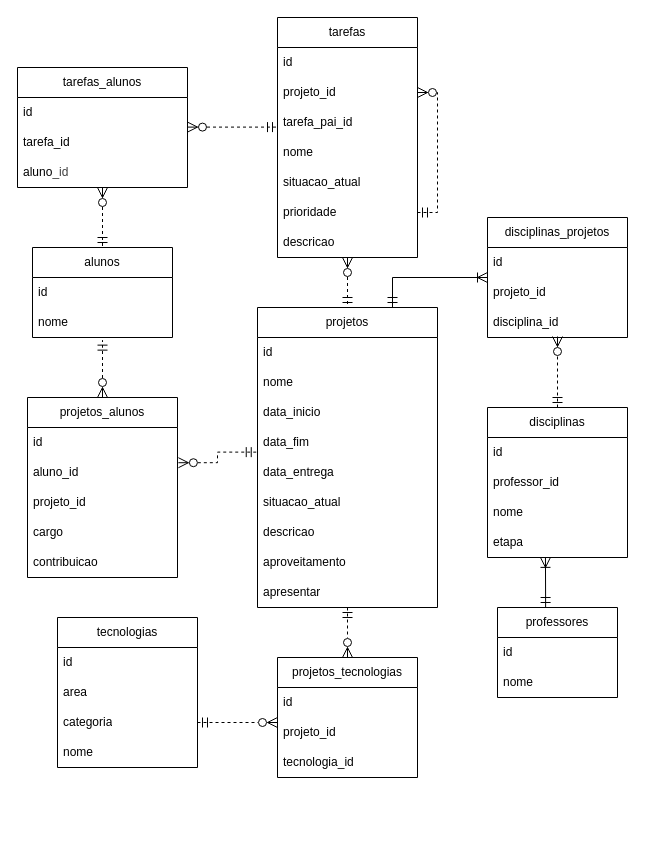
Before: docs/gestao_projetos.drawio in HevellynMont/gestao-projetos, a draw.io diagram. Source tidied: cells renumbered, new cells numbered last; positions are measured from the earlier drawing's top-left corner, leaving out a move shared by most shapes. Both pictures are drawn from the tidied source at 100%, with x=0, y=0 at pixel (17, 17).
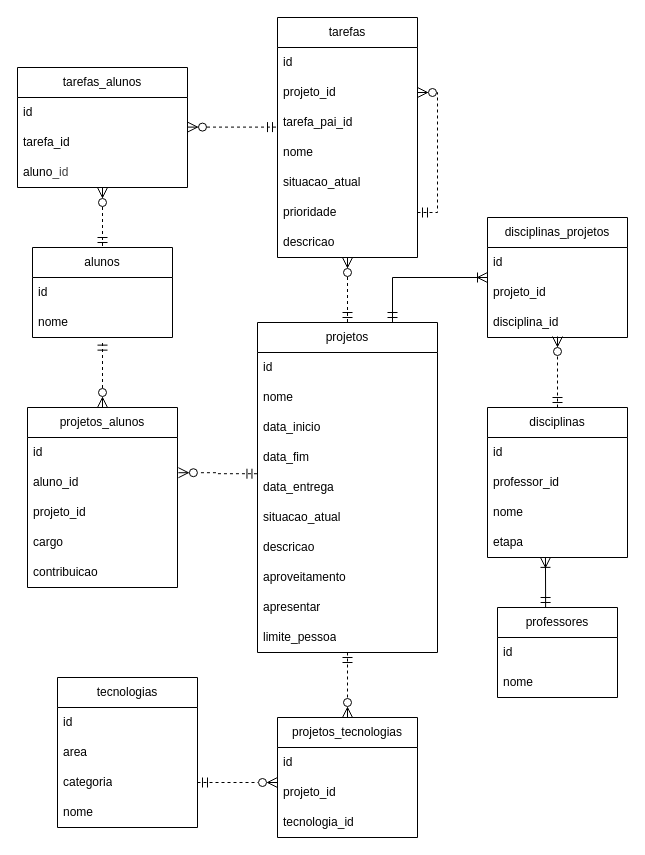
The same diagram, later.

Unchanged cells that the change refers to:
```xml
<mxCell id="8" value="data_fim" style="text;strokeColor=none;fillColor=none;align=left;verticalAlign=middle;spacingLeft=4;spacingRight=4;overflow=hidden;points=[[0,0.5],[1,0.5]];portConstraint=eastwest;whiteSpace=wrap;html=1;" parent="4" vertex="1">
  <mxGeometry y="120" width="180" height="30" as="geometry" />
</mxCell>
<mxCell id="9" value="data_entrega&amp;nbsp;" style="text;strokeColor=none;fillColor=none;align=left;verticalAlign=middle;spacingLeft=4;spacingRight=4;overflow=hidden;points=[[0,0.5],[1,0.5]];portConstraint=eastwest;whiteSpace=wrap;html=1;" parent="4" vertex="1">
  <mxGeometry y="150" width="180" height="30" as="geometry" />
</mxCell>
<mxCell id="33" value="aluno_id" style="text;strokeColor=none;fillColor=none;align=left;verticalAlign=middle;spacingLeft=4;spacingRight=4;overflow=hidden;points=[[0,0.5],[1,0.5]];portConstraint=eastwest;whiteSpace=wrap;html=1;" parent="31" vertex="1">
  <mxGeometry y="60" width="150" height="30" as="geometry" />
</mxCell>
```

The edit, as a diff of the source:
```diff
@@
     <mxCell id="4" value="projetos" style="swimlane;fontStyle=0;horizontal=1;startSize=30;whiteSpace=wrap;html=1;" parent="1" vertex="1">
-      <mxGeometry x="240" y="290" width="180" height="300" as="geometry" />
+      <mxGeometry x="240" y="305" width="180" height="330" as="geometry" />
     </mxCell>
@@
+    <mxCell id="65" value="limite_pessoa" style="text;strokeColor=none;fillColor=none;align=left;verticalAlign=middle;spacingLeft=4;spacingRight=4;overflow=hidden;whiteSpace=wrap;html=1;" parent="4" vertex="1">
+      <mxGeometry y="300" width="180" height="30" as="geometry" />
+    </mxCell>
     <mxCell id="14" value="tecnologias" style="swimlane;fontStyle=0;horizontal=1;startSize=30;whiteSpace=wrap;html=1;" parent="1" vertex="1">
-      <mxGeometry x="40" y="600" width="140" height="150" as="geometry" />
+      <mxGeometry x="40" y="660" width="140" height="150" as="geometry" />
     </mxCell>
@@
     <mxCell id="31" value="projetos_alunos" style="swimlane;fontStyle=0;horizontal=1;startSize=30;whiteSpace=wrap;html=1;" parent="1" vertex="1">
-      <mxGeometry x="10" y="380" width="150" height="180" as="geometry" />
+      <mxGeometry x="10" y="390" width="150" height="180" as="geometry" />
     </mxCell>
@@
-    <mxCell id="37" style="edgeStyle=orthogonalEdgeStyle;rounded=0;jettySize=auto;html=1;fontSize=12;startSize=8;endSize=8;startArrow=ERmandOne;startFill=0;endArrow=ERzeroToMany;endFill=0;entryX=1.006;entryY=0.174;entryDx=0;entryDy=0;entryPerimeter=0;dashed=1;exitX=-0.007;exitY=0.821;exitDx=0;exitDy=0;exitPerimeter=0;" parent="1" edge="1" source="8" target="33">
+    <mxCell id="37" style="edgeStyle=orthogonalEdgeStyle;rounded=0;jettySize=auto;html=1;fontSize=12;startSize=8;endSize=8;startArrow=ERmandOne;startFill=0;endArrow=ERzeroToMany;endFill=0;entryX=1.006;entryY=0.174;entryDx=0;entryDy=0;entryPerimeter=0;dashed=1;exitX=-0.003;exitY=0.041;exitDx=0;exitDy=0;exitPerimeter=0;" parent="1" edge="1" source="9" target="33">
       <mxGeometry relative="1" as="geometry" />
     </mxCell>
@@
     <mxCell id="39" value="projetos_tecnologias" style="swimlane;fontStyle=0;horizontal=1;startSize=30;whiteSpace=wrap;html=1;" parent="1" vertex="1">
-      <mxGeometry x="260" y="640" width="140" height="120" as="geometry" />
+      <mxGeometry x="260" y="700" width="140" height="120" as="geometry" />
     </mxCell>
```
